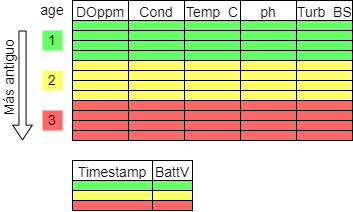
AgustinAllegui/Estacion-calidad-agua keeps this draw.io diagram as docs/Diagramas/Data_age.drawio.png. Above is the earlier version. Source tidied: cells renumbered, new cells last; positions are measured from the earlier drawing's top-left corner, leaving out a move shared by most shapes.
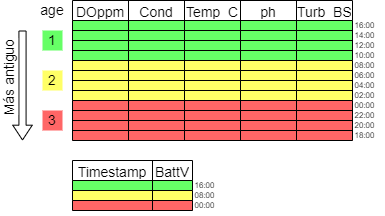
The same diagram one commit later.

What changed in the source:
```diff
@@ -314,5 +314,50 @@
         <mxPoint y="140" as="targetPoint" />
       </mxGeometry>
     </mxCell>
+    <mxCell id="105" value="16:00" style="text;html=1;align=center;verticalAlign=middle;strokeColor=none;fillColor=none;fontSize=8;" parent="1" vertex="1">
+      <mxGeometry x="322" y="15" width="40" height="20" as="geometry" />
+    </mxCell>
+    <mxCell id="106" value="14:00" style="text;html=1;align=center;verticalAlign=middle;strokeColor=none;fillColor=none;fontSize=8;" parent="1" vertex="1">
+      <mxGeometry x="322" y="25" width="40" height="20" as="geometry" />
+    </mxCell>
+    <mxCell id="107" value="12:00" style="text;html=1;align=center;verticalAlign=middle;strokeColor=none;fillColor=none;fontSize=8;" parent="1" vertex="1">
+      <mxGeometry x="322" y="35" width="40" height="20" as="geometry" />
+    </mxCell>
+    <mxCell id="108" value="10:00" style="text;html=1;align=center;verticalAlign=middle;strokeColor=none;fillColor=none;fontSize=8;" parent="1" vertex="1">
+      <mxGeometry x="322" y="45" width="40" height="20" as="geometry" />
+    </mxCell>
+    <mxCell id="109" value="08:00" style="text;html=1;align=center;verticalAlign=middle;strokeColor=none;fillColor=none;fontSize=8;" parent="1" vertex="1">
+      <mxGeometry x="322" y="55" width="40" height="20" as="geometry" />
+    </mxCell>
+    <mxCell id="110" value="06:00" style="text;html=1;align=center;verticalAlign=middle;strokeColor=none;fillColor=none;fontSize=8;" parent="1" vertex="1">
+      <mxGeometry x="322" y="65" width="40" height="20" as="geometry" />
+    </mxCell>
+    <mxCell id="111" value="04:00" style="text;html=1;align=center;verticalAlign=middle;strokeColor=none;fillColor=none;fontSize=8;" parent="1" vertex="1">
+      <mxGeometry x="322" y="75" width="40" height="20" as="geometry" />
+    </mxCell>
+    <mxCell id="112" value="02:00" style="text;html=1;align=center;verticalAlign=middle;strokeColor=none;fillColor=none;fontSize=8;" parent="1" vertex="1">
+      <mxGeometry x="322" y="85" width="40" height="20" as="geometry" />
+    </mxCell>
+    <mxCell id="113" value="00:00" style="text;html=1;align=center;verticalAlign=middle;strokeColor=none;fillColor=none;fontSize=8;" parent="1" vertex="1">
+      <mxGeometry x="322" y="95" width="40" height="20" as="geometry" />
+    </mxCell>
+    <mxCell id="114" value="22:00" style="text;html=1;align=center;verticalAlign=middle;strokeColor=none;fillColor=none;fontSize=8;" parent="1" vertex="1">
+      <mxGeometry x="322" y="105" width="40" height="20" as="geometry" />
+    </mxCell>
+    <mxCell id="115" value="20:00" style="text;html=1;align=center;verticalAlign=middle;strokeColor=none;fillColor=none;fontSize=8;" parent="1" vertex="1">
+      <mxGeometry x="322" y="115" width="40" height="20" as="geometry" />
+    </mxCell>
+    <mxCell id="116" value="18:00" style="text;html=1;align=center;verticalAlign=middle;strokeColor=none;fillColor=none;fontSize=8;" parent="1" vertex="1">
+      <mxGeometry x="322" y="125" width="40" height="20" as="geometry" />
+    </mxCell>
+    <mxCell id="117" value="16:00" style="text;html=1;align=center;verticalAlign=middle;strokeColor=none;fillColor=none;fontSize=8;" parent="1" vertex="1">
+      <mxGeometry x="162" y="175" width="40" height="20" as="geometry" />
+    </mxCell>
+    <mxCell id="118" value="08:00" style="text;html=1;align=center;verticalAlign=middle;strokeColor=none;fillColor=none;fontSize=8;" parent="1" vertex="1">
+      <mxGeometry x="162" y="185" width="40" height="20" as="geometry" />
+    </mxCell>
+    <mxCell id="119" value="00:00" style="text;html=1;align=center;verticalAlign=middle;strokeColor=none;fillColor=none;fontSize=8;" parent="1" vertex="1">
+      <mxGeometry x="162" y="195" width="40" height="20" as="geometry" />
+    </mxCell>
   </root>
 </mxGraphModel>
```
